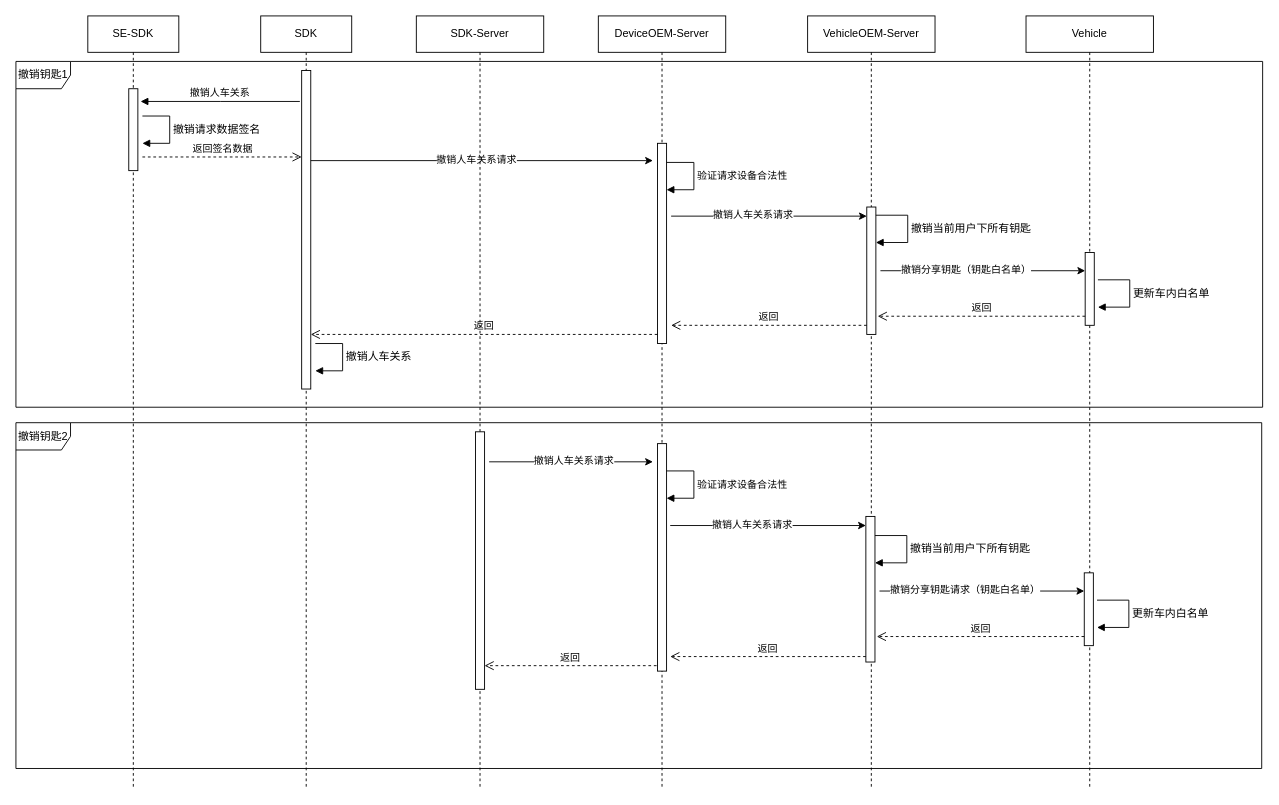
Earlier version of the draw.io diagram 撤销钥匙.drawio (jianguocong/chart). Source tidied: cells renumbered, new cells numbered last; positions are measured from the earlier drawing's top-left corner, leaving out a move shared by most shapes. Both pictures are drawn from the tidied source at 91%, with x=0, y=0 at pixel (15, 15).
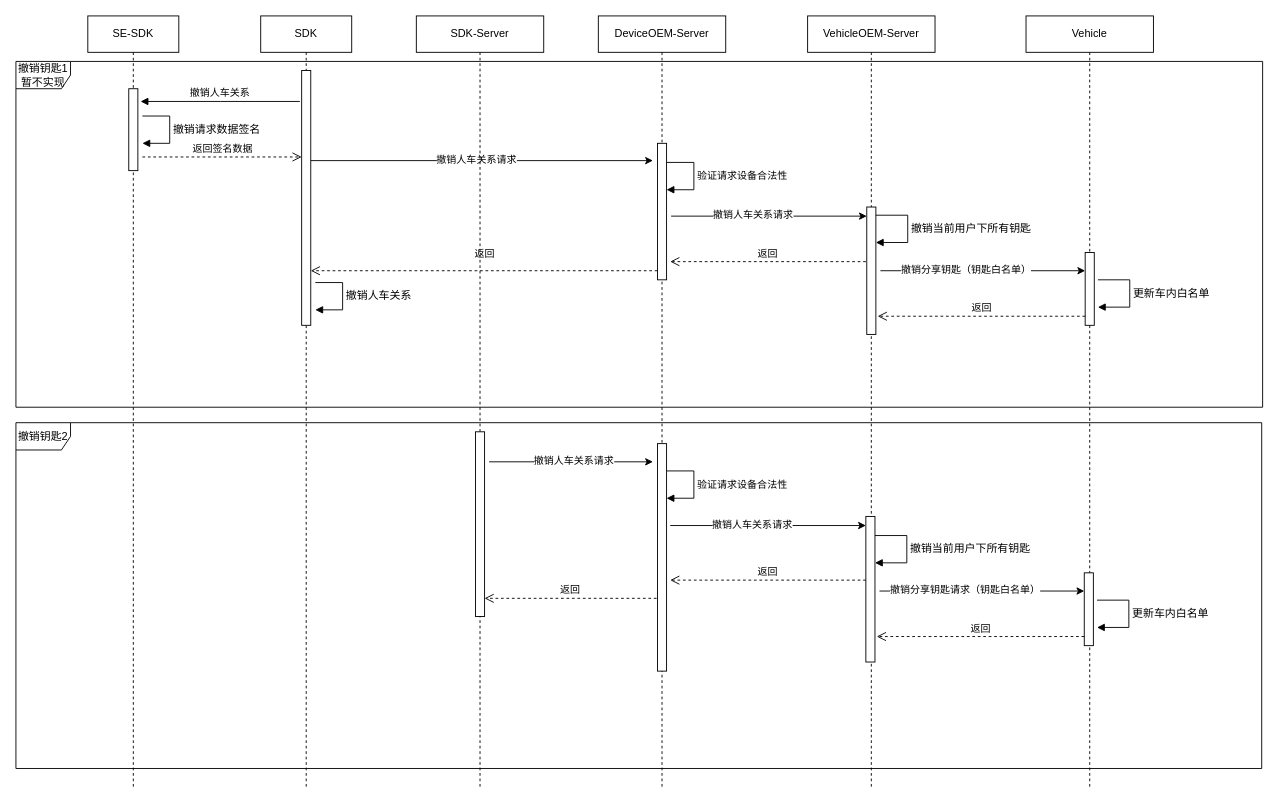
Above is the later version.

The change refers to these unchanged cells:
```xml
<mxCell id="4" value="SDK" style="shape=umlLifeline;perimeter=lifelinePerimeter;whiteSpace=wrap;html=1;newEdgeStyle={&quot;edgeStyle&quot;:&quot;elbowEdgeStyle&quot;,&quot;elbow&quot;:&quot;vertical&quot;,&quot;curved&quot;:0,&quot;rounded&quot;:0};" parent="1" vertex="1">
  <mxGeometry x="269" width="100" height="850" as="geometry" />
</mxCell>
<mxCell id="8" value="DeviceOEM-Server" style="shape=umlLifeline;perimeter=lifelinePerimeter;whiteSpace=wrap;html=1;newEdgeStyle={&quot;edgeStyle&quot;:&quot;elbowEdgeStyle&quot;,&quot;elbow&quot;:&quot;vertical&quot;,&quot;curved&quot;:0,&quot;rounded&quot;:0};" parent="1" vertex="1">
  <mxGeometry x="640" width="140" height="850" as="geometry" />
</mxCell>
<mxCell id="45" value="SDK-Server" style="shape=umlLifeline;perimeter=lifelinePerimeter;whiteSpace=wrap;html=1;newEdgeStyle={&quot;edgeStyle&quot;:&quot;elbowEdgeStyle&quot;,&quot;elbow&quot;:&quot;vertical&quot;,&quot;curved&quot;:0,&quot;rounded&quot;:0};" parent="1" vertex="1">
  <mxGeometry x="440" width="140" height="850" as="geometry" />
</mxCell>
```

Diff of the diagram source:
```diff
@@
     <mxCell id="5" style="html=1;points=[];perimeter=orthogonalPerimeter;outlineConnect=0;targetShapes=umlLifeline;portConstraint=eastwest;newEdgeStyle={&quot;edgeStyle&quot;:&quot;elbowEdgeStyle&quot;,&quot;elbow&quot;:&quot;vertical&quot;,&quot;curved&quot;:0,&quot;rounded&quot;:0};" parent="4" vertex="1">
-      <mxGeometry x="45" y="60" width="10" height="350" as="geometry" />
+      <mxGeometry x="45" y="60" width="10" height="280" as="geometry" />
     </mxCell>
@@
     <mxCell id="9" style="html=1;perimeter=orthogonalPerimeter;targetShapes=umlLifeline;newEdgeStyle={&quot;edgeStyle&quot;:&quot;elbowEdgeStyle&quot;,&quot;elbow&quot;:&quot;vertical&quot;,&quot;curved&quot;:0,&quot;rounded&quot;:0};" parent="8" vertex="1">
-      <mxGeometry x="65" y="140" width="10" height="220" as="geometry" />
+      <mxGeometry x="65" y="140" width="10" height="150" as="geometry" />
     </mxCell>
@@
     <mxCell id="18" value="撤销人车关系" style="html=1;align=left;spacingLeft=2;endArrow=block;rounded=0;edgeStyle=orthogonalEdgeStyle;curved=0;rounded=0;fontFamily=Helvetica;fontSize=12;fontColor=default;" parent="1" edge="1">
       <mxGeometry relative="1" as="geometry">
-        <mxPoint x="329" y="360" as="sourcePoint" />
-        <mxPoint x="329" y="390" as="targetPoint" />
+        <mxPoint x="329" y="293" as="sourcePoint" />
+        <mxPoint x="329" y="323" as="targetPoint" />
         <Array as="points">
-          <mxPoint x="359" y="360" />
-          <mxPoint x="359" y="390" />
+          <mxPoint x="359" y="293" />
+          <mxPoint x="359" y="323" />
         </Array>
       </mxGeometry>
     </mxCell>
-    <mxCell id="19" value="撤销钥匙1" style="shape=umlFrame;whiteSpace=wrap;html=1;sketch=0;strokeColor=default;align=center;verticalAlign=middle;fontFamily=Helvetica;fontSize=12;fontColor=default;fillColor=default;" parent="1" vertex="1">
+    <mxCell id="19" value="撤销钥匙1&lt;div&gt;暂不实现&lt;/div&gt;" style="shape=umlFrame;whiteSpace=wrap;html=1;sketch=0;strokeColor=default;align=center;verticalAlign=middle;fontFamily=Helvetica;fontSize=12;fontColor=default;fillColor=default;" parent="1" vertex="1">
       <mxGeometry y="50" width="1370" height="380" as="geometry" />
     </mxCell>
@@
     <mxCell id="27" value="返回" style="html=1;verticalAlign=bottom;endArrow=open;dashed=1;endSize=8;edgeStyle=elbowEdgeStyle;elbow=vertical;curved=0;rounded=0;" parent="1" edge="1">
       <mxGeometry relative="1" as="geometry">
-        <mxPoint x="935" y="340" as="sourcePoint" />
-        <mxPoint x="720" y="340" as="targetPoint" />
+        <mxPoint x="934" y="270" as="sourcePoint" />
+        <mxPoint x="719" y="270" as="targetPoint" />
       </mxGeometry>
     </mxCell>
-    <mxCell id="28" value="返回" style="html=1;verticalAlign=bottom;endArrow=open;dashed=1;endSize=8;edgeStyle=elbowEdgeStyle;elbow=vertical;curved=0;rounded=0;" parent="1" edge="1" target="5">
-      <mxGeometry relative="1" as="geometry">
-        <mxPoint x="705" y="350" as="sourcePoint" />
+    <mxCell id="28" value="返回" style="html=1;verticalAlign=bottom;endArrow=open;dashed=1;endSize=8;edgeStyle=elbowEdgeStyle;elbow=vertical;curved=0;rounded=0;" parent="1" edge="1">
+      <mxGeometry y="-10" relative="1" as="geometry">
+        <mxPoint x="705" y="280" as="sourcePoint" />
+        <mxPoint x="324" y="280" as="targetPoint" />
+        <mxPoint x="1" as="offset" />
       </mxGeometry>
     </mxCell>
@@
     <mxCell id="43" value="返回" style="html=1;verticalAlign=bottom;endArrow=open;dashed=1;endSize=8;edgeStyle=elbowEdgeStyle;elbow=vertical;curved=0;rounded=0;" parent="1" edge="1">
       <mxGeometry relative="1" as="geometry">
-        <mxPoint x="934" y="704" as="sourcePoint" />
-        <mxPoint x="719" y="704" as="targetPoint" />
+        <mxPoint x="934" y="620" as="sourcePoint" />
+        <mxPoint x="719" y="620" as="targetPoint" />
       </mxGeometry>
     </mxCell>
-    <mxCell id="44" value="返回" style="html=1;verticalAlign=bottom;endArrow=open;dashed=1;endSize=8;edgeStyle=elbowEdgeStyle;elbow=vertical;curved=0;rounded=0;" parent="1" edge="1" target="46">
+    <mxCell id="44" value="返回" style="html=1;verticalAlign=bottom;endArrow=open;dashed=1;endSize=8;edgeStyle=elbowEdgeStyle;elbow=vertical;curved=0;rounded=0;" parent="1" edge="1">
       <mxGeometry relative="1" as="geometry">
-        <mxPoint x="704" y="714" as="sourcePoint" />
+        <mxPoint x="704" y="640" as="sourcePoint" />
+        <mxPoint x="515" y="640" as="targetPoint" />
       </mxGeometry>
     </mxCell>
@@
     <mxCell id="46" style="html=1;points=[];perimeter=orthogonalPerimeter;outlineConnect=0;targetShapes=umlLifeline;portConstraint=eastwest;newEdgeStyle={&quot;edgeStyle&quot;:&quot;elbowEdgeStyle&quot;,&quot;elbow&quot;:&quot;vertical&quot;,&quot;curved&quot;:0,&quot;rounded&quot;:0};" parent="45" vertex="1">
-      <mxGeometry x="65" y="457" width="10" height="283" as="geometry" />
+      <mxGeometry x="65" y="457" width="10" height="203" as="geometry" />
     </mxCell>
```
